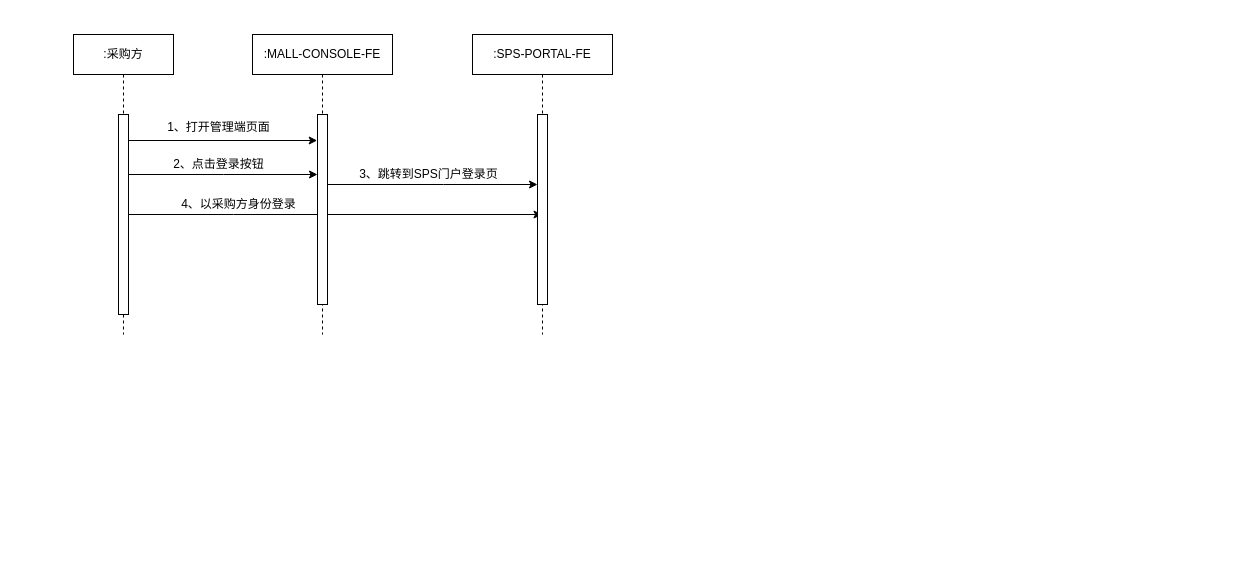
Earlier version of the draw.io diagram src/main/work/ncs/mall-sps.drawio (ab-doc/draw.io). Source tidied: cells renumbered, new cells numbered last; positions are measured from the earlier drawing's top-left corner, leaving out a move shared by most shapes. Both pictures are drawn from the tidied source at 100%, with x=0, y=0 at pixel (73, 34).
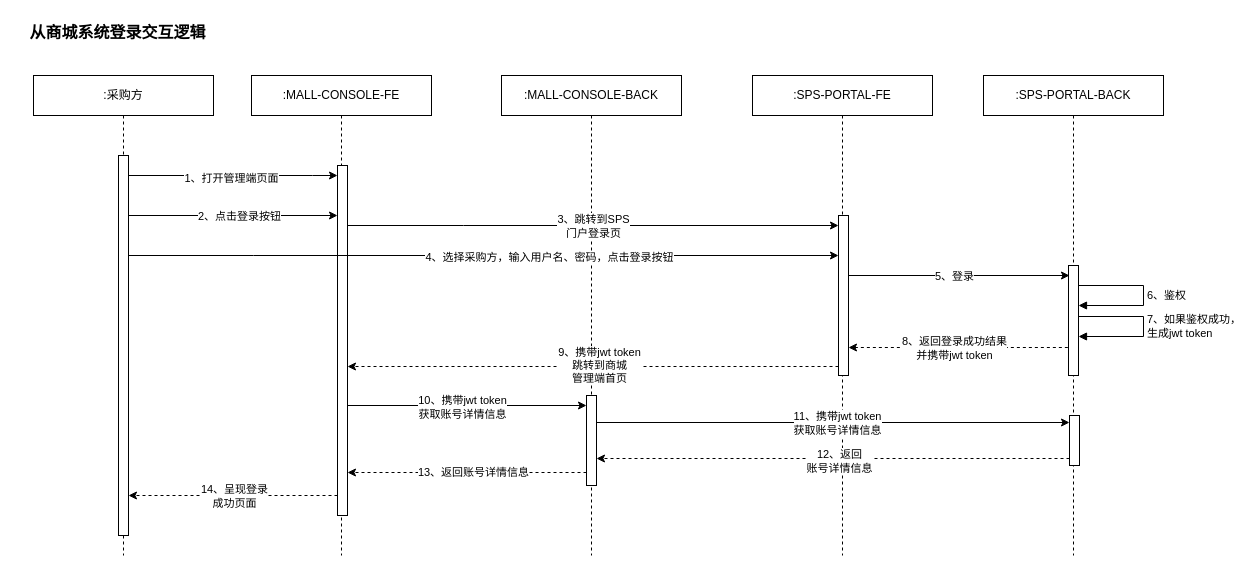
The same page after the edit.

The edit, as a diff of the source:
```diff
@@
-    <mxCell id="0" />
-    <mxCell id="1" parent="0" />
-    <mxCell id="2" style="edgeStyle=elbowEdgeStyle;rounded=0;jettySize=auto;html=1;elbow=vertical;curved=0;entryX=-0.033;entryY=0.138;entryDx=0;entryDy=0;entryPerimeter=0;" parent="1" edge="1" source="4" target="8">
-      <mxGeometry relative="1" as="geometry" />
-    </mxCell>
-    <mxCell id="3" style="edgeStyle=elbowEdgeStyle;rounded=0;jettySize=auto;html=1;elbow=vertical;curved=0;" parent="1" edge="1" source="4" target="12">
-      <mxGeometry relative="1" as="geometry">
-        <Array as="points">
-          <mxPoint x="160" y="180" />
-        </Array>
-      </mxGeometry>
-    </mxCell>
+    <mxCell id="16" />
+    <mxCell id="17" parent="16" />
+    <mxCell id="12" value=":SPS-PORTAL-FE" style="shape=umlLifeline;perimeter=lifelinePerimeter;whiteSpace=wrap;html=1;outlineConnect=0;portConstraint=eastwest;newEdgeStyle={&quot;edgeStyle&quot;:&quot;elbowEdgeStyle&quot;,&quot;elbow&quot;:&quot;vertical&quot;,&quot;curved&quot;:0,&quot;rounded&quot;:0};" parent="17" vertex="1">
+      <mxGeometry x="679" y="41" width="180" height="480" as="geometry" />
+    </mxCell>
+    <mxCell id="18" style="html=1;points=[];perimeter=orthogonalPerimeter;outlineConnect=0;targetShapes=umlLifeline;portConstraint=eastwest;newEdgeStyle={&quot;edgeStyle&quot;:&quot;elbowEdgeStyle&quot;,&quot;elbow&quot;:&quot;vertical&quot;,&quot;curved&quot;:0,&quot;rounded&quot;:0};" parent="12" vertex="1">
+      <mxGeometry x="86" y="140" width="10" height="160" as="geometry" />
+    </mxCell>
+    <mxCell id="19" value=":SPS-PORTAL-BACK" style="shape=umlLifeline;perimeter=lifelinePerimeter;whiteSpace=wrap;html=1;newEdgeStyle={&quot;edgeStyle&quot;:&quot;elbowEdgeStyle&quot;,&quot;elbow&quot;:&quot;vertical&quot;,&quot;curved&quot;:0,&quot;rounded&quot;:0};" parent="17" vertex="1">
+      <mxGeometry x="910" y="41" width="180" height="480" as="geometry" />
+    </mxCell>
+    <mxCell id="20" style="html=1;points=[];perimeter=orthogonalPerimeter;outlineConnect=0;targetShapes=umlLifeline;portConstraint=eastwest;newEdgeStyle={&quot;edgeStyle&quot;:&quot;elbowEdgeStyle&quot;,&quot;elbow&quot;:&quot;vertical&quot;,&quot;curved&quot;:0,&quot;rounded&quot;:0};" parent="19" vertex="1">
+      <mxGeometry x="85" y="190" width="10" height="110" as="geometry" />
+    </mxCell>
+    <mxCell id="21" value="6、鉴权" style="html=1;align=left;spacingLeft=2;endArrow=block;rounded=0;edgeStyle=orthogonalEdgeStyle;curved=0;rounded=0;" parent="19" edge="1" source="20" target="20">
+      <mxGeometry relative="1" as="geometry">
+        <Array as="points">
+          <mxPoint x="160" y="210" />
+          <mxPoint x="160" y="230" />
+        </Array>
+      </mxGeometry>
+    </mxCell>
+    <mxCell id="22" value="7、如果鉴权成功，&lt;br&gt;生成jwt token" style="html=1;align=left;spacingLeft=2;endArrow=block;rounded=0;edgeStyle=orthogonalEdgeStyle;curved=0;rounded=0;" parent="19" edge="1">
+      <mxGeometry relative="1" as="geometry">
+        <mxPoint x="95" y="241" as="sourcePoint" />
+        <mxPoint x="95" y="261" as="targetPoint" />
+        <Array as="points">
+          <mxPoint x="160" y="241" />
+          <mxPoint x="160" y="261" />
+        </Array>
+      </mxGeometry>
+    </mxCell>
+    <mxCell id="23" value=":MALL-CONSOLE-BACK" style="shape=umlLifeline;perimeter=lifelinePerimeter;whiteSpace=wrap;html=1;newEdgeStyle={&quot;edgeStyle&quot;:&quot;elbowEdgeStyle&quot;,&quot;elbow&quot;:&quot;vertical&quot;,&quot;curved&quot;:0,&quot;rounded&quot;:0};" parent="17" vertex="1">
+      <mxGeometry x="428" y="41" width="180" height="480" as="geometry" />
+    </mxCell>
+    <mxCell id="24" style="html=1;points=[];perimeter=orthogonalPerimeter;outlineConnect=0;targetShapes=umlLifeline;portConstraint=eastwest;newEdgeStyle={&quot;edgeStyle&quot;:&quot;elbowEdgeStyle&quot;,&quot;elbow&quot;:&quot;vertical&quot;,&quot;curved&quot;:0,&quot;rounded&quot;:0};" parent="23" vertex="1">
+      <mxGeometry x="85" y="320" width="10" height="90" as="geometry" />
+    </mxCell>
+    <mxCell id="25" style="edgeStyle=elbowEdgeStyle;rounded=0;jettySize=auto;html=1;elbow=vertical;curved=0;dashed=1;" parent="23" edge="1" source="29">
+      <mxGeometry relative="1" as="geometry">
+        <mxPoint x="95" y="383" as="targetPoint" />
+      </mxGeometry>
+    </mxCell>
+    <mxCell id="26" value="12、返回&lt;br&gt;账号详情信息" style="edgeLabel;html=1;align=center;verticalAlign=middle;" parent="25" vertex="1">
+      <mxGeometry x="-0.11" y="1" relative="1" as="geometry">
+        <mxPoint x="-21" y="1" as="offset" />
+      </mxGeometry>
+    </mxCell>
+    <mxCell id="27" style="edgeStyle=elbowEdgeStyle;rounded=0;orthogonalLoop=1;jettySize=auto;html=1;elbow=vertical;curved=0;" parent="23" edge="1">
+      <mxGeometry relative="1" as="geometry">
+        <mxPoint x="95" y="347" as="sourcePoint" />
+        <mxPoint x="568" y="347" as="targetPoint" />
+      </mxGeometry>
+    </mxCell>
+    <mxCell id="28" value="11、携带jwt token&lt;br&gt;获取账号详情信息" style="edgeLabel;html=1;align=center;verticalAlign=middle;" parent="27" vertex="1">
+      <mxGeometry x="-0.11" y="1" relative="1" as="geometry">
+        <mxPoint x="30" y="1" as="offset" />
+      </mxGeometry>
+    </mxCell>
+    <mxCell id="29" style="html=1;points=[];perimeter=orthogonalPerimeter;outlineConnect=0;targetShapes=umlLifeline;portConstraint=eastwest;newEdgeStyle={&quot;edgeStyle&quot;:&quot;elbowEdgeStyle&quot;,&quot;elbow&quot;:&quot;vertical&quot;,&quot;curved&quot;:0,&quot;rounded&quot;:0};" parent="23" vertex="1">
+      <mxGeometry x="568" y="340" width="10" height="50" as="geometry" />
+    </mxCell>
+    <mxCell id="30" style="edgeStyle=elbowEdgeStyle;rounded=0;jettySize=auto;html=1;elbow=vertical;curved=0;" parent="17" edge="1" source="31">
+      <mxGeometry relative="1" as="geometry">
+        <mxPoint x="264" y="141" as="targetPoint" />
+        <Array as="points">
+          <mxPoint x="239" y="141" />
+        </Array>
+      </mxGeometry>
+    </mxCell>
+    <mxCell id="9" value="1、打开管理端页面" style="edgeLabel;html=1;align=center;verticalAlign=middle;" parent="30" vertex="1">
+      <mxGeometry x="-0.02" y="-1" relative="1" as="geometry">
+        <mxPoint y="1" as="offset" />
+      </mxGeometry>
+    </mxCell>
-    <mxCell id="4" value=":采购方" style="shape=umlLifeline;perimeter=lifelinePerimeter;whiteSpace=wrap;html=1;outlineConnect=0;portConstraint=eastwest;newEdgeStyle={&quot;edgeStyle&quot;:&quot;elbowEdgeStyle&quot;,&quot;elbow&quot;:&quot;vertical&quot;,&quot;curved&quot;:0,&quot;rounded&quot;:0};" parent="1" vertex="1">
-      <mxGeometry width="100" height="300" as="geometry" />
+    <mxCell id="4" value=":采购方" style="shape=umlLifeline;perimeter=lifelinePerimeter;whiteSpace=wrap;html=1;outlineConnect=0;portConstraint=eastwest;newEdgeStyle={&quot;edgeStyle&quot;:&quot;elbowEdgeStyle&quot;,&quot;elbow&quot;:&quot;vertical&quot;,&quot;curved&quot;:0,&quot;rounded&quot;:0};" parent="17" vertex="1">
+      <mxGeometry x="-40" y="41" width="180" height="480" as="geometry" />
     </mxCell>
-    <mxCell id="5" style="html=1;points=[];perimeter=orthogonalPerimeter;outlineConnect=0;targetShapes=umlLifeline;portConstraint=eastwest;newEdgeStyle={&quot;edgeStyle&quot;:&quot;elbowEdgeStyle&quot;,&quot;elbow&quot;:&quot;vertical&quot;,&quot;curved&quot;:0,&quot;rounded&quot;:0};" parent="4" vertex="1">
-      <mxGeometry x="45" y="80" width="10" height="200" as="geometry" />
-    </mxCell>
-    <mxCell id="6" style="edgeStyle=elbowEdgeStyle;rounded=0;jettySize=auto;html=1;elbow=vertical;curved=0;" parent="1" edge="1" source="7" target="13">
-      <mxGeometry relative="1" as="geometry">
-        <Array as="points">
-          <mxPoint x="370" y="150" />
-        </Array>
-      </mxGeometry>
-    </mxCell>
+    <mxCell id="31" style="html=1;points=[];perimeter=orthogonalPerimeter;outlineConnect=0;targetShapes=umlLifeline;portConstraint=eastwest;newEdgeStyle={&quot;edgeStyle&quot;:&quot;elbowEdgeStyle&quot;,&quot;elbow&quot;:&quot;vertical&quot;,&quot;curved&quot;:0,&quot;rounded&quot;:0};" parent="4" vertex="1">
+      <mxGeometry x="85" y="80" width="10" height="380" as="geometry" />
+    </mxCell>
+    <mxCell id="32" style="edgeStyle=elbowEdgeStyle;rounded=0;jettySize=auto;html=1;elbow=vertical;curved=0;" parent="17" edge="1" source="36" target="18">
+      <mxGeometry relative="1" as="geometry">
+        <Array as="points">
+          <mxPoint x="390" y="191" />
+        </Array>
+      </mxGeometry>
+    </mxCell>
+    <mxCell id="33" value="3、跳转到SPS&lt;br&gt;门户登录页" style="edgeLabel;html=1;align=center;verticalAlign=middle;" parent="32" vertex="1">
+      <mxGeometry x="-0.12" relative="1" as="geometry">
+        <mxPoint x="29" as="offset" />
+      </mxGeometry>
+    </mxCell>
+    <mxCell id="34" style="edgeStyle=elbowEdgeStyle;rounded=0;jettySize=auto;html=1;elbow=vertical;curved=0;" parent="17" edge="1" source="36" target="24">
+      <mxGeometry relative="1" as="geometry">
+        <Array as="points">
+          <mxPoint x="409" y="371" />
+        </Array>
+      </mxGeometry>
+    </mxCell>
+    <mxCell id="35" value="10、携带jwt token&lt;br&gt;获取账号详情信息" style="edgeLabel;html=1;align=center;verticalAlign=middle;" parent="34" vertex="1">
+      <mxGeometry x="-0.05" y="-1" relative="1" as="geometry" />
+    </mxCell>
-    <mxCell id="7" value=":MALL-CONSOLE-FE" style="shape=umlLifeline;perimeter=lifelinePerimeter;whiteSpace=wrap;html=1;outlineConnect=0;portConstraint=eastwest;newEdgeStyle={&quot;edgeStyle&quot;:&quot;elbowEdgeStyle&quot;,&quot;elbow&quot;:&quot;vertical&quot;,&quot;curved&quot;:0,&quot;rounded&quot;:0};" parent="1" vertex="1">
-      <mxGeometry x="179" width="140" height="300" as="geometry" />
+    <mxCell id="7" value=":MALL-CONSOLE-FE" style="shape=umlLifeline;perimeter=lifelinePerimeter;whiteSpace=wrap;html=1;outlineConnect=0;portConstraint=eastwest;newEdgeStyle={&quot;edgeStyle&quot;:&quot;elbowEdgeStyle&quot;,&quot;elbow&quot;:&quot;vertical&quot;,&quot;curved&quot;:0,&quot;rounded&quot;:0};" parent="17" vertex="1">
+      <mxGeometry x="178" y="41" width="180" height="480" as="geometry" />
     </mxCell>
-    <mxCell id="8" style="html=1;points=[];perimeter=orthogonalPerimeter;outlineConnect=0;targetShapes=umlLifeline;portConstraint=eastwest;newEdgeStyle={&quot;edgeStyle&quot;:&quot;elbowEdgeStyle&quot;,&quot;elbow&quot;:&quot;vertical&quot;,&quot;curved&quot;:0,&quot;rounded&quot;:0};" parent="7" vertex="1">
-      <mxGeometry x="65" y="80" width="10" height="190" as="geometry" />
-    </mxCell>
-    <mxCell id="9" value="1、打开管理端页面" style="text;html=1;align=center;verticalAlign=middle;strokeColor=none;fillColor=none;" parent="1" vertex="1">
-      <mxGeometry x="80" y="78" width="130" height="30" as="geometry" />
-    </mxCell>
-    <mxCell id="10" style="edgeStyle=elbowEdgeStyle;rounded=0;jettySize=auto;html=1;elbow=vertical;curved=0;" parent="1" edge="1" source="5" target="8">
-      <mxGeometry relative="1" as="geometry">
-        <Array as="points">
-          <mxPoint x="150" y="140" />
-        </Array>
-      </mxGeometry>
-    </mxCell>
+    <mxCell id="36" style="html=1;points=[];perimeter=orthogonalPerimeter;outlineConnect=0;targetShapes=umlLifeline;portConstraint=eastwest;newEdgeStyle={&quot;edgeStyle&quot;:&quot;elbowEdgeStyle&quot;,&quot;elbow&quot;:&quot;vertical&quot;,&quot;curved&quot;:0,&quot;rounded&quot;:0};" parent="7" vertex="1">
+      <mxGeometry x="86" y="90" width="10" height="350" as="geometry" />
+    </mxCell>
+    <mxCell id="37" style="edgeStyle=elbowEdgeStyle;rounded=0;jettySize=auto;html=1;elbow=vertical;curved=0;" parent="17" edge="1" source="31" target="36">
+      <mxGeometry relative="1" as="geometry">
+        <Array as="points">
+          <mxPoint x="170" y="181" />
+        </Array>
+      </mxGeometry>
+    </mxCell>
-    <mxCell id="11" value="2、点击登录按钮" style="text;html=1;align=center;verticalAlign=middle;strokeColor=none;fillColor=none;" parent="1" vertex="1">
-      <mxGeometry x="90" y="115" width="110" height="30" as="geometry" />
+    <mxCell id="11" value="2、点击登录按钮" style="edgeLabel;html=1;align=center;verticalAlign=middle;" parent="37" vertex="1">
+      <mxGeometry x="0.05" y="1" relative="1" as="geometry">
+        <mxPoint y="1" as="offset" />
+      </mxGeometry>
     </mxCell>
-    <mxCell id="12" value=":SPS-PORTAL-FE" style="shape=umlLifeline;perimeter=lifelinePerimeter;whiteSpace=wrap;html=1;outlineConnect=0;portConstraint=eastwest;newEdgeStyle={&quot;edgeStyle&quot;:&quot;elbowEdgeStyle&quot;,&quot;elbow&quot;:&quot;vertical&quot;,&quot;curved&quot;:0,&quot;rounded&quot;:0};" parent="1" vertex="1">
-      <mxGeometry x="399" width="140" height="300" as="geometry" />
-    </mxCell>
-    <mxCell id="13" style="html=1;points=[];perimeter=orthogonalPerimeter;outlineConnect=0;targetShapes=umlLifeline;portConstraint=eastwest;newEdgeStyle={&quot;edgeStyle&quot;:&quot;elbowEdgeStyle&quot;,&quot;elbow&quot;:&quot;vertical&quot;,&quot;curved&quot;:0,&quot;rounded&quot;:0};" parent="12" vertex="1">
-      <mxGeometry x="65" y="80" width="10" height="190" as="geometry" />
-    </mxCell>
-    <mxCell id="14" value="3、跳转到SPS门户登录页" style="text;html=1;align=center;verticalAlign=middle;strokeColor=none;fillColor=none;" parent="1" vertex="1">
-      <mxGeometry x="275" y="125" width="160" height="30" as="geometry" />
-    </mxCell>
-    <mxCell id="15" value="4、以采购方身份登录" style="text;html=1;align=center;verticalAlign=middle;strokeColor=none;fillColor=none;" parent="1" vertex="1">
-      <mxGeometry x="95" y="155" width="140" height="30" as="geometry" />
-    </mxCell>
+    <mxCell id="38" style="edgeStyle=elbowEdgeStyle;rounded=0;jettySize=auto;html=1;elbow=vertical;curved=0;" parent="17" edge="1" source="18">
+      <mxGeometry relative="1" as="geometry">
+        <mxPoint x="996" y="241" as="targetPoint" />
+        <Array as="points">
+          <mxPoint x="870" y="241" />
+        </Array>
+      </mxGeometry>
+    </mxCell>
+    <mxCell id="39" value="5、登录" style="edgeLabel;html=1;align=center;verticalAlign=middle;" parent="38" vertex="1">
+      <mxGeometry x="-0.33" y="1" relative="1" as="geometry">
+        <mxPoint x="31" y="1" as="offset" />
+      </mxGeometry>
+    </mxCell>
+    <mxCell id="40" style="edgeStyle=elbowEdgeStyle;rounded=0;jettySize=auto;html=1;elbow=vertical;curved=0;" parent="17" edge="1" source="31" target="18">
+      <mxGeometry relative="1" as="geometry">
+        <Array as="points">
+          <mxPoint x="180" y="221" />
+        </Array>
+      </mxGeometry>
+    </mxCell>
+    <mxCell id="41" value="4、选择采购方，输入用户名、密码，点击登录按钮" style="edgeLabel;html=1;align=center;verticalAlign=middle;" parent="40" vertex="1">
+      <mxGeometry x="-0.07" y="-1" relative="1" as="geometry">
+        <mxPoint x="90" as="offset" />
+      </mxGeometry>
+    </mxCell>
+    <mxCell id="42" style="edgeStyle=elbowEdgeStyle;rounded=0;orthogonalLoop=1;jettySize=auto;html=1;elbow=vertical;curved=0;startArrow=classic;startFill=1;endArrow=none;endFill=0;dashed=1;" parent="17" edge="1">
+      <mxGeometry relative="1" as="geometry">
+        <mxPoint x="775" y="313" as="sourcePoint" />
+        <mxPoint x="996" y="313" as="targetPoint" />
+        <Array as="points">
+          <mxPoint x="870" y="313" />
+        </Array>
+      </mxGeometry>
+    </mxCell>
+    <mxCell id="43" value="8、返回登录成功结果&lt;br&gt;并携带jwt token" style="edgeLabel;html=1;align=center;verticalAlign=middle;" parent="42" vertex="1">
+      <mxGeometry x="-0.33" y="1" relative="1" as="geometry">
+        <mxPoint x="31" y="1" as="offset" />
+      </mxGeometry>
+    </mxCell>
+    <mxCell id="44" style="edgeStyle=elbowEdgeStyle;rounded=0;orthogonalLoop=1;jettySize=auto;html=1;elbow=vertical;curved=0;dashed=1;" parent="17" edge="1">
+      <mxGeometry relative="1" as="geometry">
+        <mxPoint x="765" y="332" as="sourcePoint" />
+        <mxPoint x="274" y="332" as="targetPoint" />
+        <Array as="points">
+          <mxPoint x="390" y="332" />
+        </Array>
+      </mxGeometry>
+    </mxCell>
+    <mxCell id="45" value="9、携带jwt token&lt;br style=&quot;border-color: var(--border-color);&quot;&gt;跳转到商城&lt;br style=&quot;border-color: var(--border-color);&quot;&gt;管理端首页" style="edgeLabel;html=1;align=center;verticalAlign=middle;" parent="44" vertex="1">
+      <mxGeometry x="-0.12" relative="1" as="geometry">
+        <mxPoint x="-24" y="-2" as="offset" />
+      </mxGeometry>
+    </mxCell>
+    <mxCell id="46" style="edgeStyle=elbowEdgeStyle;rounded=0;jettySize=auto;html=1;elbow=vertical;curved=0;dashed=1;" parent="17" edge="1" source="24">
+      <mxGeometry relative="1" as="geometry">
+        <mxPoint x="274" y="438" as="targetPoint" />
+      </mxGeometry>
+    </mxCell>
+    <mxCell id="47" value="13、返回账号详情信息" style="edgeLabel;html=1;align=center;verticalAlign=middle;" parent="46" vertex="1">
+      <mxGeometry x="-0.05" y="-1" relative="1" as="geometry" />
+    </mxCell>
+    <mxCell id="48" style="edgeStyle=elbowEdgeStyle;rounded=0;orthogonalLoop=1;jettySize=auto;html=1;elbow=vertical;curved=0;dashed=1;" parent="17" edge="1">
+      <mxGeometry relative="1" as="geometry">
+        <mxPoint x="264" y="461" as="sourcePoint" />
+        <mxPoint x="55" y="461" as="targetPoint" />
+      </mxGeometry>
+    </mxCell>
+    <mxCell id="49" value="14、呈现登录&lt;br&gt;成功页面" style="edgeLabel;html=1;align=center;verticalAlign=middle;" parent="48" vertex="1">
+      <mxGeometry x="0.12" relative="1" as="geometry">
+        <mxPoint x="13" as="offset" />
+      </mxGeometry>
+    </mxCell>
+    <mxCell id="50" value="&lt;b style=&quot;font-size: 16px;&quot;&gt;从商城系统登录交互逻辑&lt;/b&gt;" style="text;html=1;align=center;verticalAlign=middle;strokeColor=none;fillColor=none;fontSize=16;" parent="17" vertex="1">
+      <mxGeometry x="-56" y="-17" width="200" height="30" as="geometry" />
+    </mxCell>
```
